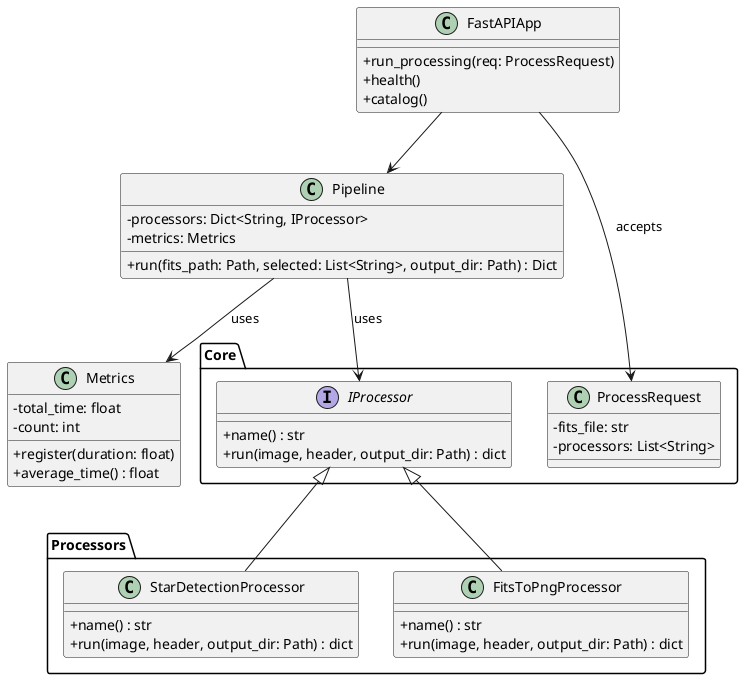
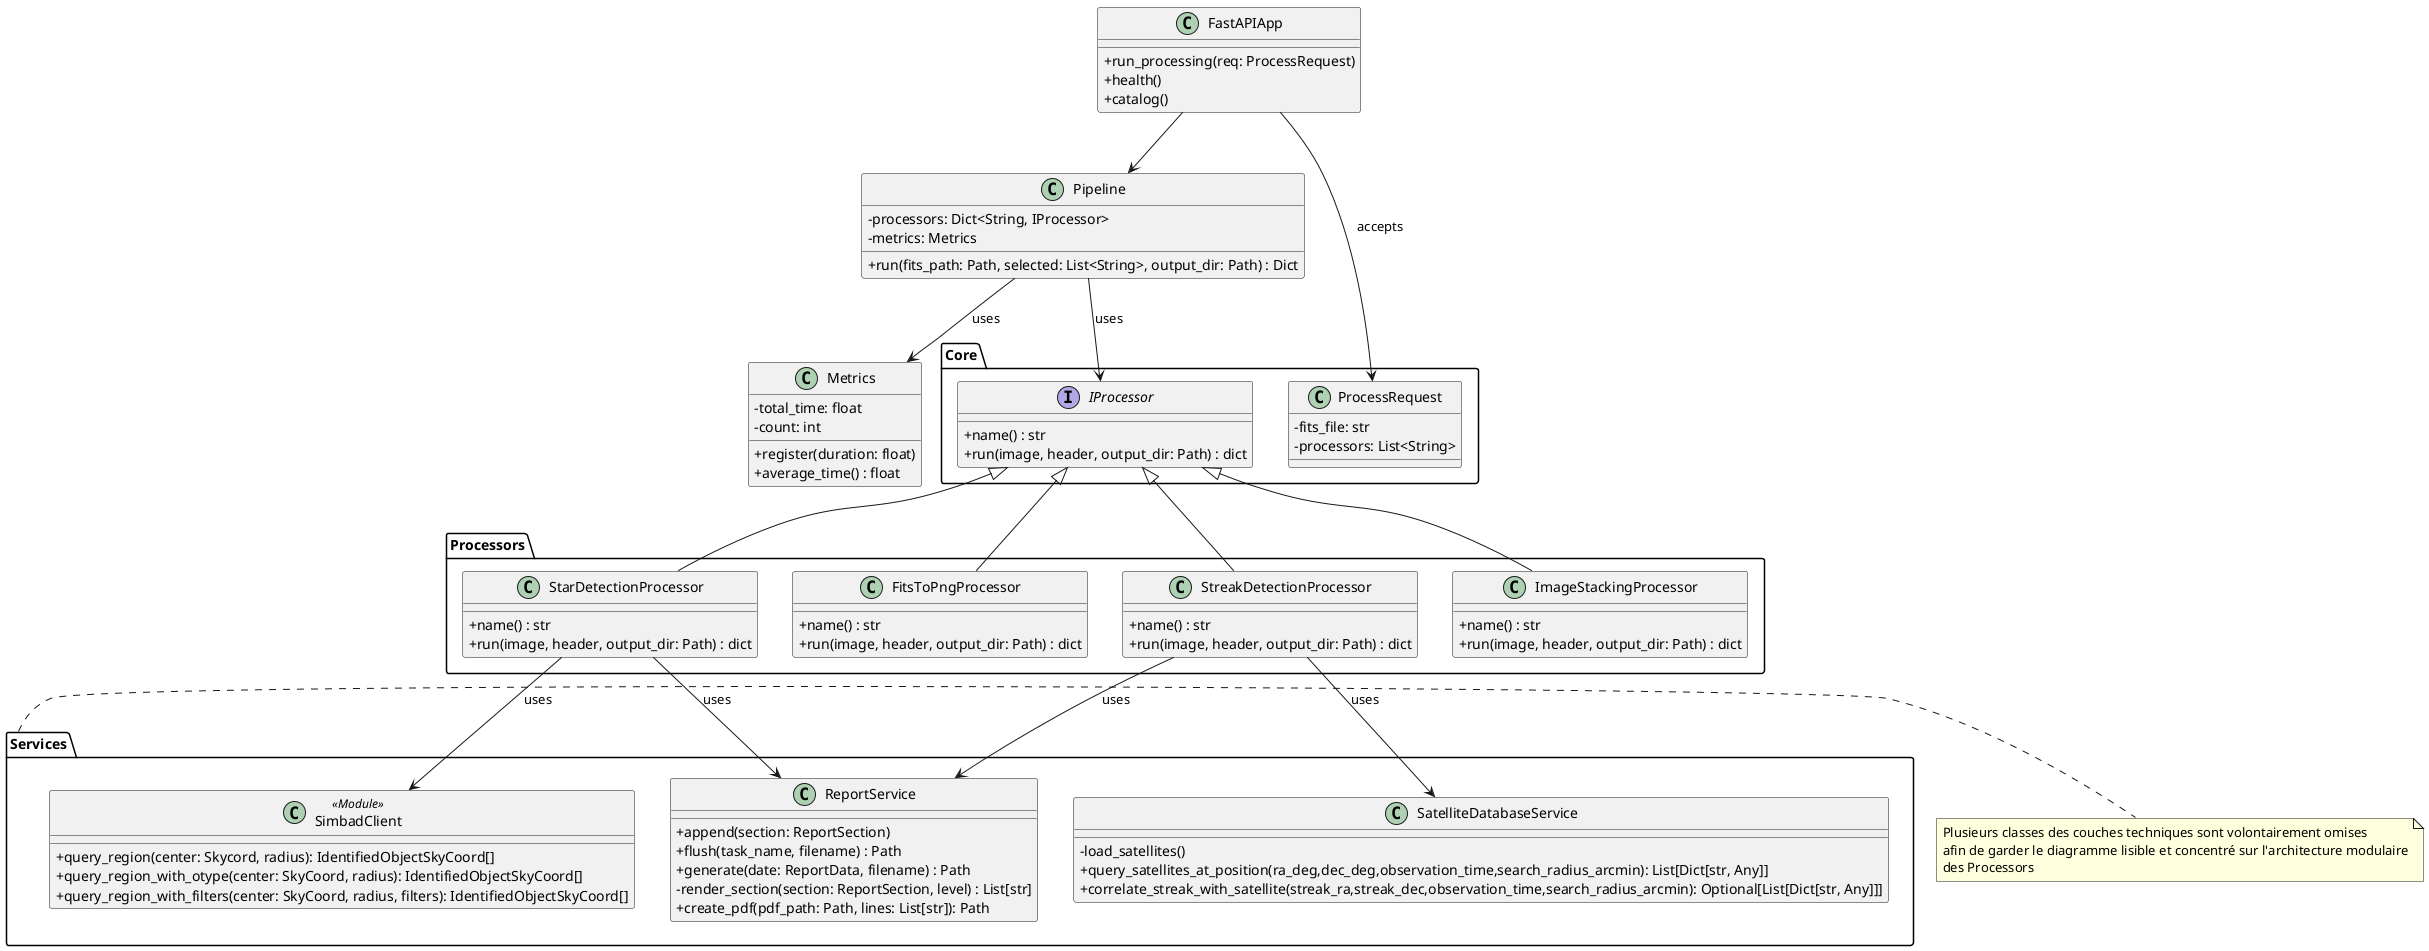
@startuml class
skinparam classAttributeIconSize 0

class FastAPIApp {
    +run_processing(req: ProcessRequest)
    +health()
    +catalog()
}

class Pipeline {
    -processors: Dict<String, IProcessor>
    -metrics: Metrics
    +run(fits_path: Path, selected: List<String>, output_dir: Path) : Dict
}

class Metrics {
    -total_time: float
    -count: int
    +register(duration: float)
    +average_time() : float
}

package Core {

	interface IProcessor {
		+name() : str
		+run(image, header, output_dir: Path) : dict
	}

	class ProcessRequest {
		-fits_file: str
		-processors: List<String>
	}
}

package Processors {
	class StarDetectionProcessor {
		+name() : str
		+run(image, header, output_dir: Path) : dict
	}

	class FitsToPngProcessor {
		+name() : str
		+run(image, header, output_dir: Path) : dict
	}
+ 
+ 	class StreakDetectionProcessor {
+ 		+name() : str
+ 		+run(image, header, output_dir: Path) : dict
+ 	}
+ 
+ 	class ImageStackingProcessor {
+ 		+name() : str
+ 		+run(image, header, output_dir: Path) : dict
+ 	}
}

+ package Services {

+ 	class ReportService {
+ 		+append(section: ReportSection)
+ 		+flush(task_name, filename) : Path
+ 		+generate(date: ReportData, filename) : Path
+ 		-render_section(section: ReportSection, level) : List[str]
+ 		+create_pdf(pdf_path: Path, lines: List[str]): Path
+ 	}
+ 
+ 	class SimbadClient <<Module>> {
+ 		+query_region(center: Skycord, radius): IdentifiedObjectSkyCoord[]
+ 		+query_region_with_otype(center: SkyCoord, radius): IdentifiedObjectSkyCoord[]
+ 		+query_region_with_filters(center: SkyCoord, radius, filters): IdentifiedObjectSkyCoord[]
+ 	}
+ 
+ 	class SatelliteDatabaseService {
+ 		-load_satellites()
+ 		+query_satellites_at_position(ra_deg,dec_deg,observation_time,search_radius_arcmin): List[Dict[str, Any]]
+ 		+correlate_streak_with_satellite(streak_ra,streak_dec,observation_time,search_radius_arcmin): Optional[List[Dict[str, Any]]]
+ 	}
+ }
+ 
+ note right of Services
+ 	Plusieurs classes des couches techniques sont volontairement omises
+ 	afin de garder le diagramme lisible et concentré sur l'architecture modulaire
+ 	des Processors
+ end note

FastAPIApp --> Pipeline
Pipeline --> IProcessor : uses
+ 
IProcessor <|-- StarDetectionProcessor
IProcessor <|-- FitsToPngProcessor
+ IProcessor <|-- StreakDetectionProcessor
+ IProcessor <|-- ImageStackingProcessor
+ 
Pipeline --> Metrics : uses
FastAPIApp --> ProcessRequest : accepts

+ StarDetectionProcessor --> SimbadClient : uses
+ StarDetectionProcessor --> ReportService : uses
+ 
+ StreakDetectionProcessor --> ReportService : uses
+ StreakDetectionProcessor --> SatelliteDatabaseService : uses
+ 
@enduml